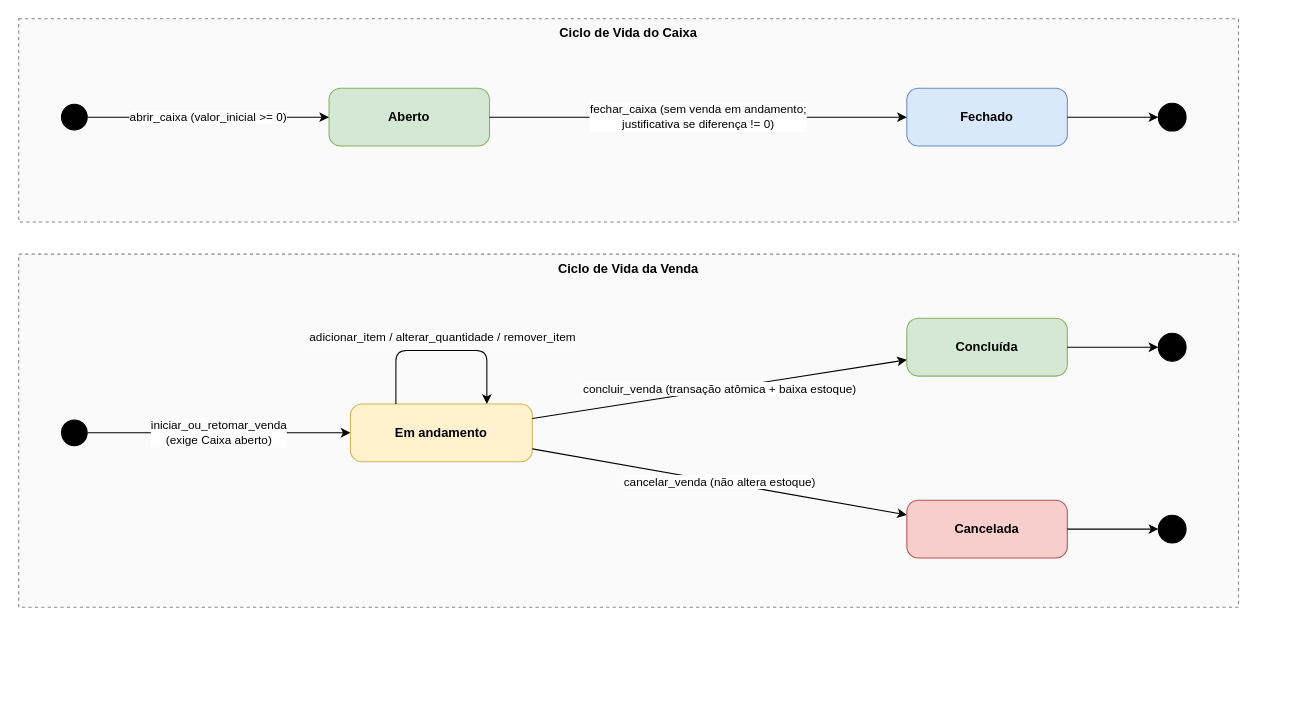
Above: docs/diagramas/diagrama_estados.drawio in PedroGasparetto/sistema-dacomp (draw.io), before the change. Source tidied: cells renumbered, new cells numbered last; positions are measured from the earlier drawing's top-left corner, leaving out a move shared by most shapes. Both pictures are drawn from the tidied source at 107%, with x=0, y=0 at pixel (18, 18).
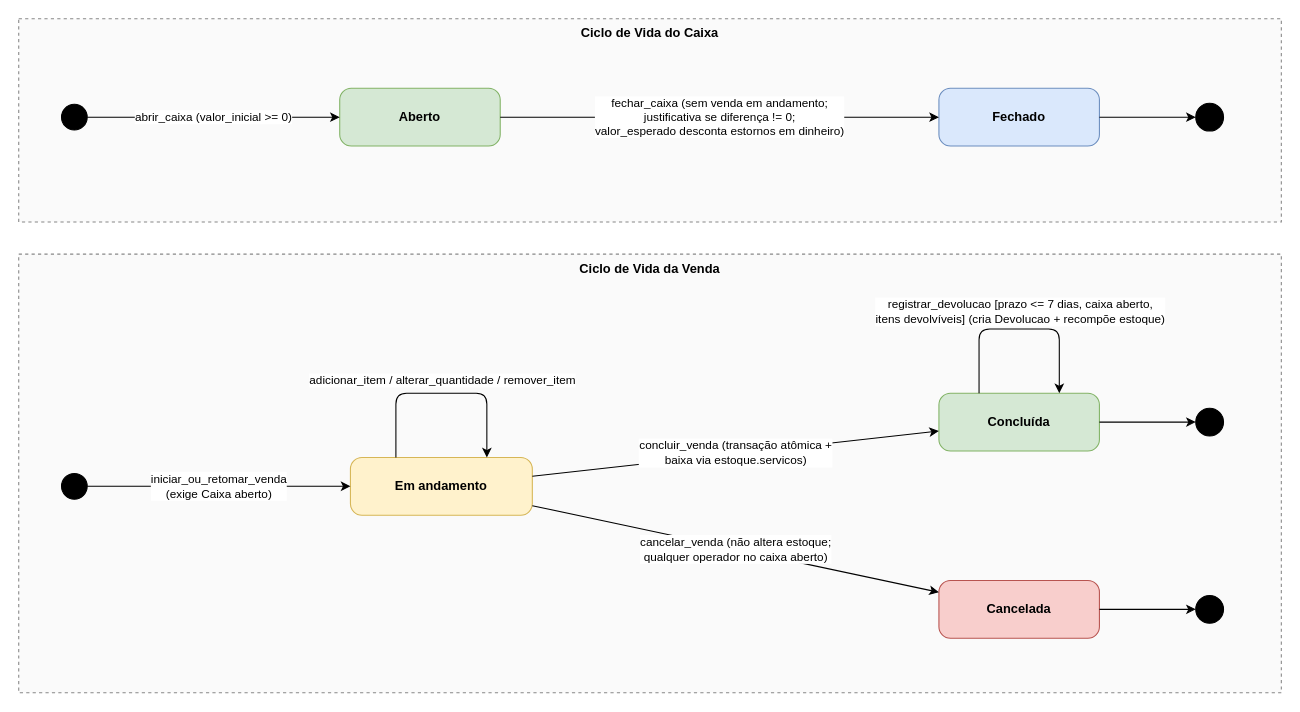
Above is the later version.

What changed in the source:
```diff
@@
     <mxCell id="2" value="Ciclo de Vida do Caixa" style="rounded=0;whiteSpace=wrap;html=1;verticalAlign=top;fontStyle=1;dashed=1;fillColor=#fafafa;strokeColor=#888888;" parent="1" vertex="1">
-      <mxGeometry width="1140" height="190" as="geometry" />
+      <mxGeometry width="1180" height="190" as="geometry" />
     </mxCell>
@@
     <mxCell id="4" value="Aberto" style="rounded=1;whiteSpace=wrap;html=1;arcSize=20;fillColor=#d5e8d4;strokeColor=#82b366;fontStyle=1;" parent="1" vertex="1">
-      <mxGeometry x="290" y="65" width="150" height="54" as="geometry" />
+      <mxGeometry x="300" y="65" width="150" height="54" as="geometry" />
     </mxCell>
     <mxCell id="5" value="Fechado" style="rounded=1;whiteSpace=wrap;html=1;arcSize=20;fillColor=#dae8fc;strokeColor=#6c8ebf;fontStyle=1;" parent="1" vertex="1">
-      <mxGeometry x="830" y="65" width="150" height="54" as="geometry" />
+      <mxGeometry x="860" y="65" width="150" height="54" as="geometry" />
     </mxCell>
     <mxCell id="6" style="ellipse;html=1;shape=doubleEllipse;fillColor=#000000;strokeColor=#000000;" parent="1" vertex="1">
-      <mxGeometry x="1065" y="79" width="26" height="26" as="geometry" />
+      <mxGeometry x="1100" y="79" width="26" height="26" as="geometry" />
     </mxCell>
@@
-    <mxCell id="8" value="fechar_caixa (sem venda em andamento;&#10;justificativa se diferença != 0)" style="endArrow=classic;html=1;labelBackgroundColor=#ffffff;" parent="1" edge="1" source="4" target="5">
+    <mxCell id="8" value="fechar_caixa (sem venda em andamento;&#10;justificativa se diferença != 0;&#10;valor_esperado desconta estornos em dinheiro)" style="endArrow=classic;html=1;labelBackgroundColor=#ffffff;" parent="1" edge="1" source="4" target="5">
       <mxGeometry relative="1" as="geometry" />
     </mxCell>
@@
     <mxCell id="10" value="Ciclo de Vida da Venda" style="rounded=0;whiteSpace=wrap;html=1;verticalAlign=top;fontStyle=1;dashed=1;fillColor=#fafafa;strokeColor=#888888;" parent="1" vertex="1">
-      <mxGeometry y="220" width="1140" height="330" as="geometry" />
+      <mxGeometry y="220" width="1180" height="410" as="geometry" />
     </mxCell>
     <mxCell id="11" style="ellipse;fillColor=#000000;strokeColor=#000000;" parent="1" vertex="1">
-      <mxGeometry x="40" y="375" width="24" height="24" as="geometry" />
+      <mxGeometry x="40" y="425" width="24" height="24" as="geometry" />
     </mxCell>
     <mxCell id="12" value="Em andamento" style="rounded=1;whiteSpace=wrap;html=1;arcSize=20;fillColor=#fff2cc;strokeColor=#d6b656;fontStyle=1;" parent="1" vertex="1">
-      <mxGeometry x="310" y="360" width="170" height="54" as="geometry" />
+      <mxGeometry x="310" y="410" width="170" height="54" as="geometry" />
     </mxCell>
     <mxCell id="13" value="Concluída" style="rounded=1;whiteSpace=wrap;html=1;arcSize=20;fillColor=#d5e8d4;strokeColor=#82b366;fontStyle=1;" parent="1" vertex="1">
-      <mxGeometry x="830" y="280" width="150" height="54" as="geometry" />
+      <mxGeometry x="860" y="350" width="150" height="54" as="geometry" />
     </mxCell>
     <mxCell id="14" value="Cancelada" style="rounded=1;whiteSpace=wrap;html=1;arcSize=20;fillColor=#f8cecc;strokeColor=#b85450;fontStyle=1;" parent="1" vertex="1">
-      <mxGeometry x="830" y="450" width="150" height="54" as="geometry" />
+      <mxGeometry x="860" y="525" width="150" height="54" as="geometry" />
     </mxCell>
     <mxCell id="15" style="ellipse;html=1;shape=doubleEllipse;fillColor=#000000;strokeColor=#000000;" parent="1" vertex="1">
-      <mxGeometry x="1065" y="294" width="26" height="26" as="geometry" />
+      <mxGeometry x="1100" y="364" width="26" height="26" as="geometry" />
     </mxCell>
     <mxCell id="16" style="ellipse;html=1;shape=doubleEllipse;fillColor=#000000;strokeColor=#000000;" parent="1" vertex="1">
-      <mxGeometry x="1065" y="464" width="26" height="26" as="geometry" />
+      <mxGeometry x="1100" y="539" width="26" height="26" as="geometry" />
     </mxCell>
@@
     <mxCell id="18" value="adicionar_item / alterar_quantidade / remover_item" style="edgeStyle=orthogonalEdgeStyle;exitX=0.25;exitY=0;entryX=0.75;entryY=0;endArrow=classic;html=1;labelBackgroundColor=#ffffff;" parent="1" edge="1" source="12" target="12">
       <mxGeometry y="12" relative="1" as="geometry">
         <Array as="points">
-          <mxPoint x="353" y="310" />
-          <mxPoint x="438" y="310" />
+          <mxPoint x="353" y="350" />
+          <mxPoint x="438" y="350" />
         </Array>
       </mxGeometry>
     </mxCell>
-    <mxCell id="19" value="concluir_venda (transação atômica + baixa estoque)" style="endArrow=classic;html=1;labelBackgroundColor=#ffffff;" parent="1" edge="1" source="12" target="13">
+    <mxCell id="19" value="concluir_venda (transação atômica +&#10;baixa via estoque.servicos)" style="endArrow=classic;html=1;labelBackgroundColor=#ffffff;" parent="1" edge="1" source="12" target="13">
       <mxGeometry relative="1" as="geometry" />
     </mxCell>
-    <mxCell id="20" value="cancelar_venda (não altera estoque)" style="endArrow=classic;html=1;labelBackgroundColor=#ffffff;" parent="1" edge="1" source="12" target="14">
+    <mxCell id="20" value="cancelar_venda (não altera estoque;&#10;qualquer operador no caixa aberto)" style="endArrow=classic;html=1;labelBackgroundColor=#ffffff;" parent="1" edge="1" source="12" target="14">
       <mxGeometry relative="1" as="geometry" />
     </mxCell>
+    <mxCell id="23" value="registrar_devolucao [prazo &lt;= 7 dias, caixa aberto,&#10;itens devolvíveis] (cria Devolucao + recompõe estoque)" style="edgeStyle=orthogonalEdgeStyle;exitX=0.25;exitY=0;entryX=0.75;entryY=0;endArrow=classic;html=1;labelBackgroundColor=#ffffff;" parent="1" edge="1" source="13" target="13">
+      <mxGeometry y="16" relative="1" as="geometry">
+        <Array as="points">
+          <mxPoint x="898" y="290" />
+          <mxPoint x="973" y="290" />
+        </Array>
+      </mxGeometry>
+    </mxCell>
```
